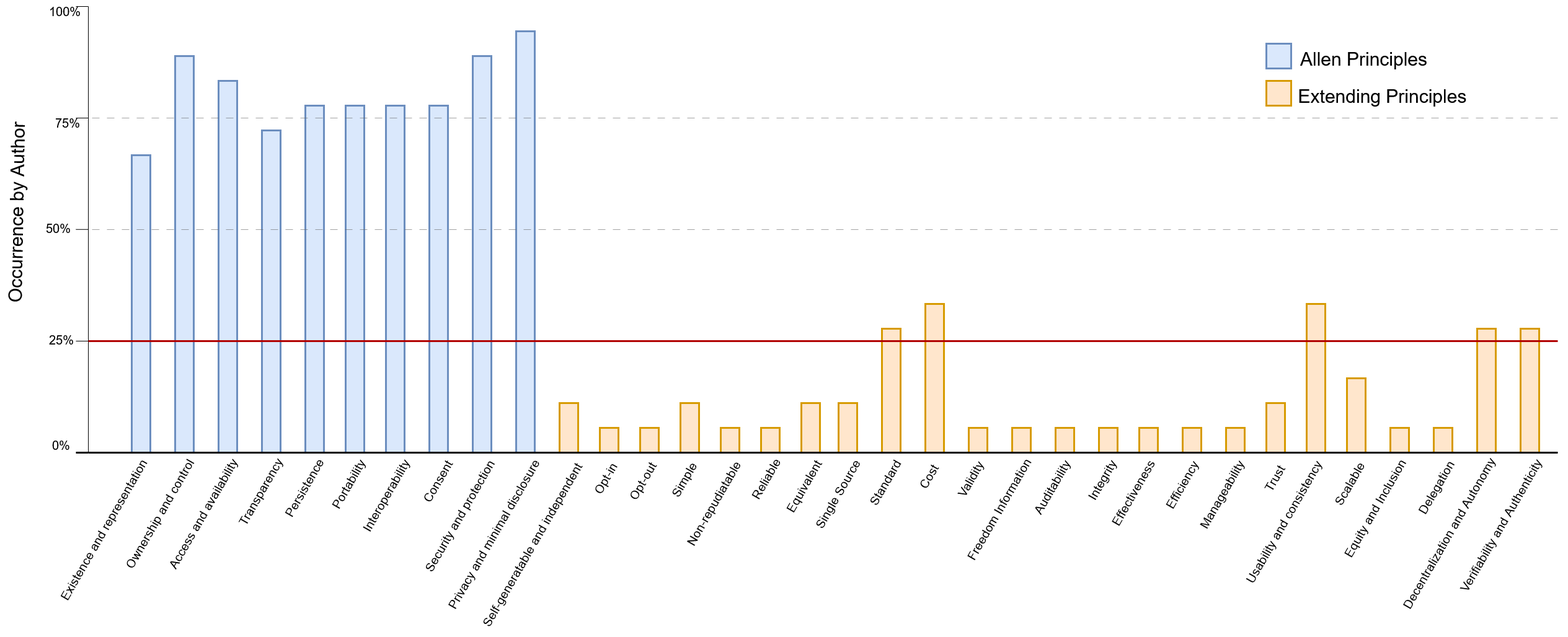
Earlier version of the draw.io export definition/images/principles_selection/Principles_selection.png (cristianlepore/Self-Sovereign-Identity). Source tidied: cells renumbered, new cells last; positions are measured from the earlier drawing's top-left corner, leaving out a move shared by most shapes.
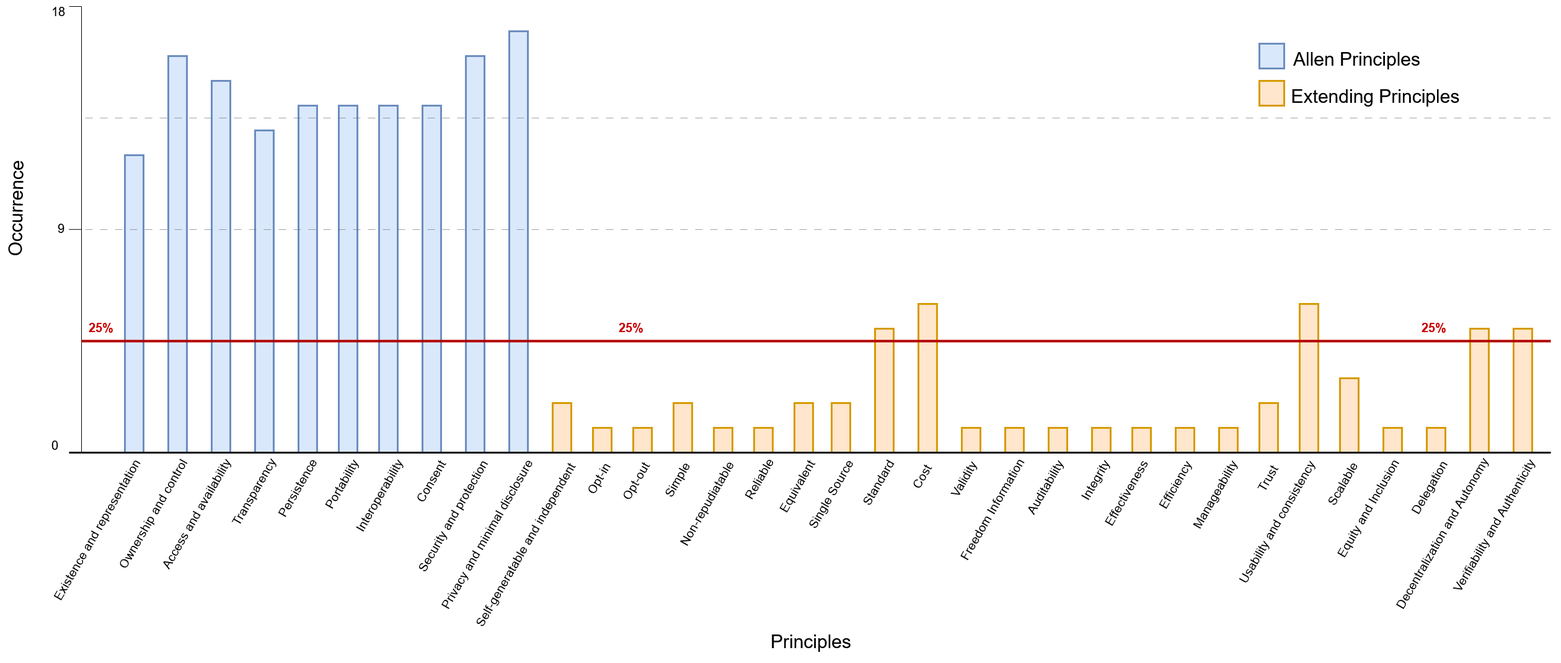
After the commit.

What changed in the source:
```diff
@@ -146,8 +146,8 @@
     <mxCell id="46" style="rounded=0;whiteSpace=wrap;html=1;fillColor=#dae8fc;strokeColor=#6c8ebf;strokeWidth=3;" parent="1" vertex="1">
       <mxGeometry x="890" y="90" width="30" height="640" as="geometry" />
     </mxCell>
-    <mxCell id="47" value="&lt;font style=&quot;font-size: 20px;&quot;&gt;0%&lt;/font&gt;" style="text;whiteSpace=wrap;html=1;rotation=0;" parent="1" vertex="1">
-      <mxGeometry x="210" y="700" width="50" height="40" as="geometry" />
+    <mxCell id="47" value="&lt;font style=&quot;font-size: 20px;&quot;&gt;0&lt;/font&gt;" style="text;whiteSpace=wrap;html=1;rotation=0;" parent="1" vertex="1">
+      <mxGeometry x="220" y="700" width="40" height="40" as="geometry" />
     </mxCell>
     <mxCell id="48" style="endArrow=none;html=1;rounded=0;strokeWidth=3;" parent="1" edge="1">
       <mxGeometry relative="1" as="geometry">
@@ -155,30 +155,15 @@
         <mxPoint x="270" y="730" as="targetPoint" />
       </mxGeometry>
     </mxCell>
-    <mxCell id="49" value="&lt;font style=&quot;font-size: 20px;&quot;&gt;50%&lt;/font&gt;" style="text;whiteSpace=wrap;html=1;rotation=0;" parent="1" vertex="1">
-      <mxGeometry x="200" y="350" width="60" height="40" as="geometry" />
+    <mxCell id="49" value="&lt;font style=&quot;font-size: 20px;&quot;&gt;9&lt;/font&gt;" style="text;whiteSpace=wrap;html=1;rotation=0;" parent="1" vertex="1">
+      <mxGeometry x="230" y="350" width="30" height="40" as="geometry" />
     </mxCell>
-    <mxCell id="50" value="&lt;font style=&quot;font-size: 20px;&quot;&gt;100%&lt;/font&gt;" style="text;whiteSpace=wrap;html=1;rotation=0;" parent="1" vertex="1">
-      <mxGeometry x="205" width="60" height="40" as="geometry" />
+    <mxCell id="50" value="&lt;font style=&quot;font-size: 20px;&quot;&gt;18&lt;/font&gt;" style="text;whiteSpace=wrap;html=1;rotation=0;" parent="1" vertex="1">
+      <mxGeometry x="220" width="45" height="40" as="geometry" />
     </mxCell>
-    <mxCell id="51" style="endArrow=none;html=1;rounded=0;" parent="1" edge="1">
-      <mxGeometry relative="1" as="geometry">
-        <mxPoint x="250" y="190" as="sourcePoint" />
-        <mxPoint x="270" y="190" as="targetPoint" />
-      </mxGeometry>
-    </mxCell>
-    <mxCell id="52" value="&lt;font style=&quot;font-size: 20px;&quot;&gt;25%&lt;/font&gt;" style="text;whiteSpace=wrap;html=1;rotation=0;" parent="1" vertex="1">
-      <mxGeometry x="205" y="530" width="60" height="40" as="geometry" />
+    <mxCell id="52" value="&lt;b&gt;&lt;font style=&quot;font-size: 20px; color: rgb(204, 0, 0);&quot;&gt;25%&lt;/font&gt;&lt;/b&gt;" style="text;whiteSpace=wrap;html=1;rotation=0;" parent="1" vertex="1">
+      <mxGeometry x="1135" y="510" width="60" height="40" as="geometry" />
     </mxCell>
-    <mxCell id="53" value="&lt;font style=&quot;font-size: 20px;&quot;&gt;75%&lt;/font&gt;" style="text;whiteSpace=wrap;html=1;rotation=0;" parent="1" vertex="1">
-      <mxGeometry x="215" y="180" width="60" height="40" as="geometry" />
-    </mxCell>
-    <mxCell id="54" style="endArrow=none;html=1;rounded=0;" parent="1" edge="1">
-      <mxGeometry relative="1" as="geometry">
-        <mxPoint x="250" y="550" as="sourcePoint" />
-        <mxPoint x="270" y="550" as="targetPoint" />
-      </mxGeometry>
-    </mxCell>
     <mxCell id="55" style="rounded=0;whiteSpace=wrap;html=1;fillColor=#dae8fc;strokeColor=#6c8ebf;strokeWidth=3;" parent="1" vertex="1">
       <mxGeometry x="960" y="50" width="30" height="680" as="geometry" />
     </mxCell>
@@ -275,7 +260,7 @@
     <mxCell id="85" value="Extending Principles" style="text;whiteSpace=wrap;align=center;fontSize=30;" parent="1" vertex="1">
       <mxGeometry x="2210" y="130" width="295" height="40" as="geometry" />
     </mxCell>
-    <mxCell id="86" style="endArrow=none;html=1;rounded=0;strokeWidth=3;fillColor=#e51400;strokeColor=#B20000;" parent="1" edge="1">
+    <mxCell id="86" style="endArrow=none;html=1;rounded=0;strokeWidth=4;fillColor=#e51400;strokeColor=#B20000;" parent="1" edge="1">
       <mxGeometry relative="1" as="geometry">
         <mxPoint x="2640" y="550" as="sourcePoint" />
         <mxPoint x="270" y="550" as="targetPoint" />
@@ -293,8 +278,17 @@
         <mxPoint x="270" y="190" as="targetPoint" />
       </mxGeometry>
     </mxCell>
-    <mxCell id="89" value="&lt;font style=&quot;font-size: 30px;&quot;&gt;Occurrence by Author&lt;/font&gt;" style="text;whiteSpace=wrap;html=1;rotation=-89;opacity=90;" parent="1" vertex="1">
-      <mxGeometry y="300" width="320" height="60" as="geometry" />
+    <mxCell id="89" value="&lt;font style=&quot;font-size: 30px;&quot;&gt;Occurrence&lt;/font&gt;" style="text;whiteSpace=wrap;html=1;rotation=-89;opacity=90;" parent="1" vertex="1">
+      <mxGeometry x="75" y="290" width="190" height="60" as="geometry" />
     </mxCell>
+    <mxCell id="90" value="&lt;font style=&quot;font-size: 30px;&quot;&gt;Principles&lt;/font&gt;" style="text;whiteSpace=wrap;html=1;rotation=0;opacity=90;" parent="1" vertex="1">
+      <mxGeometry x="1380" y="1010" width="190" height="60" as="geometry" />
+    </mxCell>
+    <mxCell id="91" value="&lt;b&gt;&lt;font style=&quot;font-size: 20px; color: rgb(204, 0, 0);&quot;&gt;25%&lt;/font&gt;&lt;/b&gt;" style="text;whiteSpace=wrap;html=1;rotation=0;" parent="1" vertex="1">
+      <mxGeometry x="2430" y="510" width="60" height="40" as="geometry" />
+    </mxCell>
+    <mxCell id="92" value="&lt;b&gt;&lt;font style=&quot;font-size: 20px; color: rgb(204, 0, 0);&quot;&gt;25%&lt;/font&gt;&lt;/b&gt;" style="text;whiteSpace=wrap;html=1;rotation=0;" parent="1" vertex="1">
+      <mxGeometry x="280" y="510" width="60" height="40" as="geometry" />
+    </mxCell>
   </root>
 </mxGraphModel>
```
